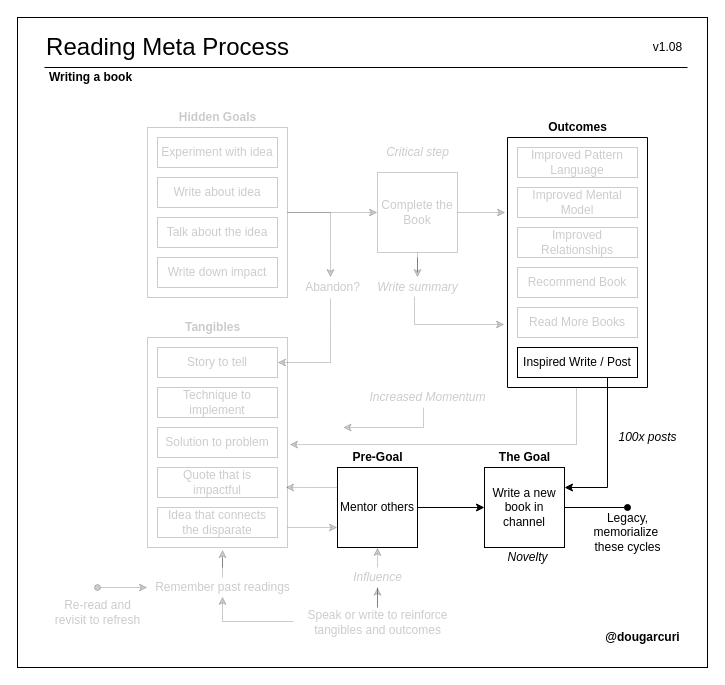
Earlier version of the draw.io diagram page "part-7" (8 of 8) of books/diagrams/reading-process.drawio (solidi/learning-notes). Source tidied: cells renumbered, new cells numbered last; positions are measured from the earlier drawing's top-left corner, leaving out a move shared by most shapes. Both pictures are drawn from the tidied source at 100%, with x=0, y=0 at pixel (17, 17).
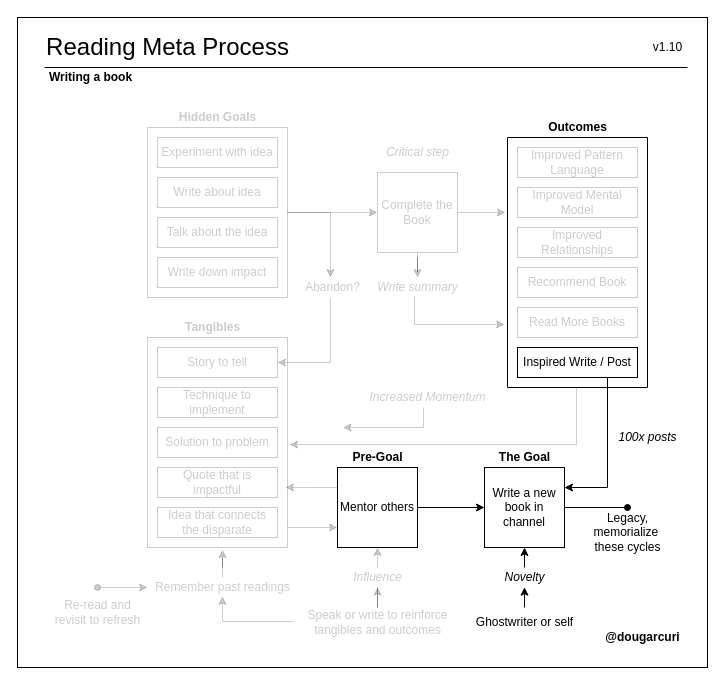
The same diagram, later.

Commit message (it also covers changes not shown here):
Add ghostwriter to creating a book

Change to the diagram source:
```diff
@@
-    <mxCell id="13" value="v1.08" style="text;html=1;align=center;verticalAlign=middle;" parent="1" vertex="1">
+    <mxCell id="13" value="v1.10" style="text;html=1;align=center;verticalAlign=middle;" parent="1" vertex="1">
       <mxGeometry x="630" y="20" width="40" height="20" as="geometry" />
     </mxCell>
@@
-    <mxCell id="52" value="&lt;i&gt;Novelty&lt;/i&gt;" style="text;html=1;align=center;verticalAlign=middle;points=[];" parent="1" vertex="1">
-      <mxGeometry x="480" y="530" width="60" height="20" as="geometry" />
-    </mxCell>
@@
+    <mxCell id="63" value="Ghostwriter or self" style="text;html=1;align=center;verticalAlign=middle;" parent="1" vertex="1">
+      <mxGeometry x="452" y="595" width="110" height="20" as="geometry" />
+    </mxCell>
+    <mxCell id="64" style="edgeStyle=orthogonalEdgeStyle;rounded=0;jettySize=auto;html=1;entryX=0.5;entryY=0.985;entryDx=0;entryDy=0;entryPerimeter=0;startArrow=none;startFill=0;endArrow=classic;endFill=1;" parent="1" edge="1" source="52">
+      <mxGeometry relative="1" as="geometry">
+        <mxPoint x="507" y="530" as="targetPoint" />
+      </mxGeometry>
+    </mxCell>
+    <mxCell id="52" value="&lt;i&gt;Novelty&lt;/i&gt;" style="text;html=1;align=center;verticalAlign=middle;points=[];" parent="1" vertex="1">
+      <mxGeometry x="477" y="550" width="60" height="20" as="geometry" />
+    </mxCell>
+    <mxCell id="65" style="edgeStyle=orthogonalEdgeStyle;rounded=0;jettySize=auto;html=1;entryX=0.5;entryY=0.985;entryDx=0;entryDy=0;entryPerimeter=0;startArrow=none;startFill=0;endArrow=classic;endFill=1;" parent="1" edge="1" target="52">
+      <mxGeometry relative="1" as="geometry">
+        <mxPoint x="507" y="590" as="sourcePoint" />
+      </mxGeometry>
+    </mxCell>
```
